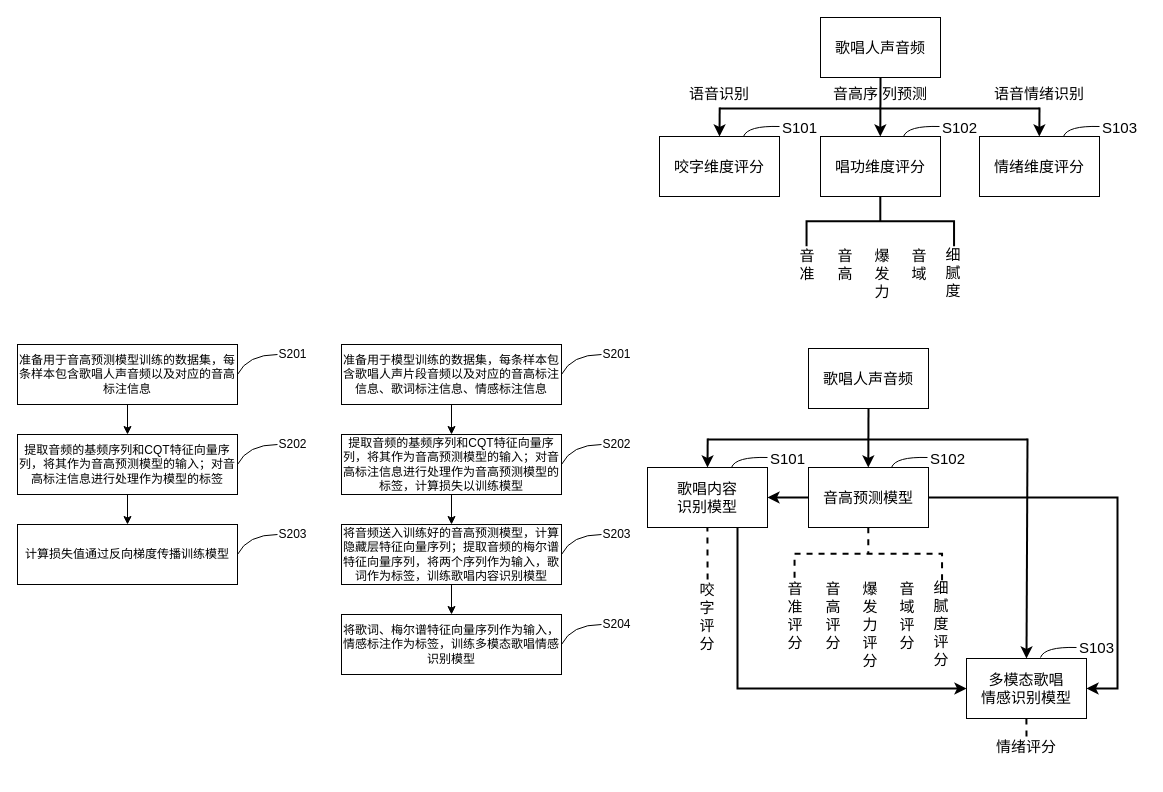
Before: 一种无参考的歌唱评价方法.drawio in Nian-Chen/drawio, a draw.io diagram. Source tidied: cells renumbered, new cells numbered last; positions are measured from the earlier drawing's top-left corner, leaving out a move shared by most shapes. Both pictures are drawn from the tidied source at 100%, with x=0, y=0 at pixel (17, 17).
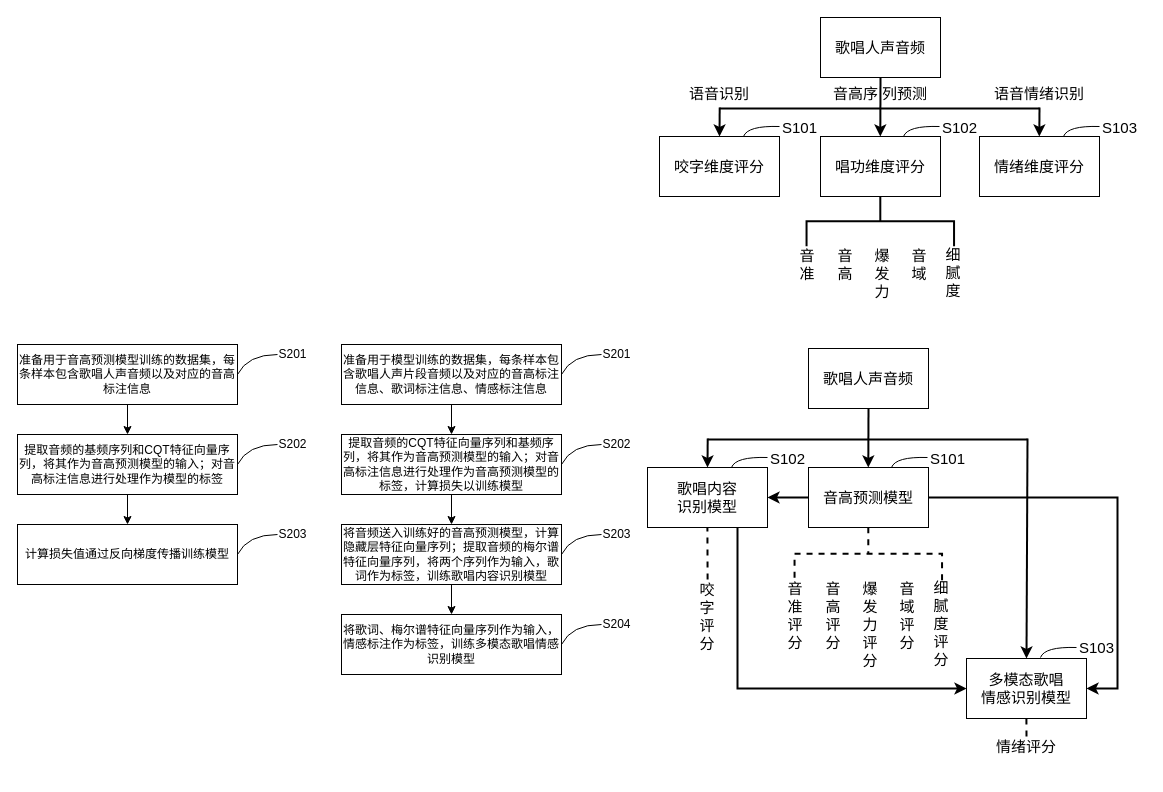
After the change.

Commit message:
更新一种无参考的歌唱评价方法.drawio

Diff of the diagram source:
```diff
@@
-    <mxCell id="54" value="S101" style="text;html=1;align=center;verticalAlign=middle;strokeColor=none;fillColor=none;fontSize=15;" parent="1" vertex="1">
+    <mxCell id="54" value="S102" style="text;html=1;align=center;verticalAlign=middle;strokeColor=none;fillColor=none;fontSize=15;" parent="1" vertex="1">
       <mxGeometry x="743" y="426" width="53" height="30" as="geometry" />
     </mxCell>
@@
-    <mxCell id="56" value="S102" style="text;html=1;align=center;verticalAlign=middle;strokeColor=none;fillColor=none;fontSize=15;" parent="1" vertex="1">
+    <mxCell id="56" value="S101" style="text;html=1;align=center;verticalAlign=middle;strokeColor=none;fillColor=none;fontSize=15;" parent="1" vertex="1">
       <mxGeometry x="903" y="426" width="53" height="30" as="geometry" />
     </mxCell>
@@
-    <mxCell id="64" value="提取音频的基频序列和CQT特征向量序列，将其作为音高预测模型的输入；对音高标注信息进行处理作为音高预测模型的标签，计算损失以训练模型" style="rounded=0;whiteSpace=wrap;html=1;" parent="1" vertex="1">
+    <mxCell id="64" value="提取音频的CQT特征向量序列和基频序列，将其作为音高预测模型的输入；对音高标注信息进行处理作为音高预测模型的标签，计算损失以训练模型" style="rounded=0;whiteSpace=wrap;html=1;" parent="1" vertex="1">
       <mxGeometry x="324" y="417" width="220" height="60" as="geometry" />
     </mxCell>
```
